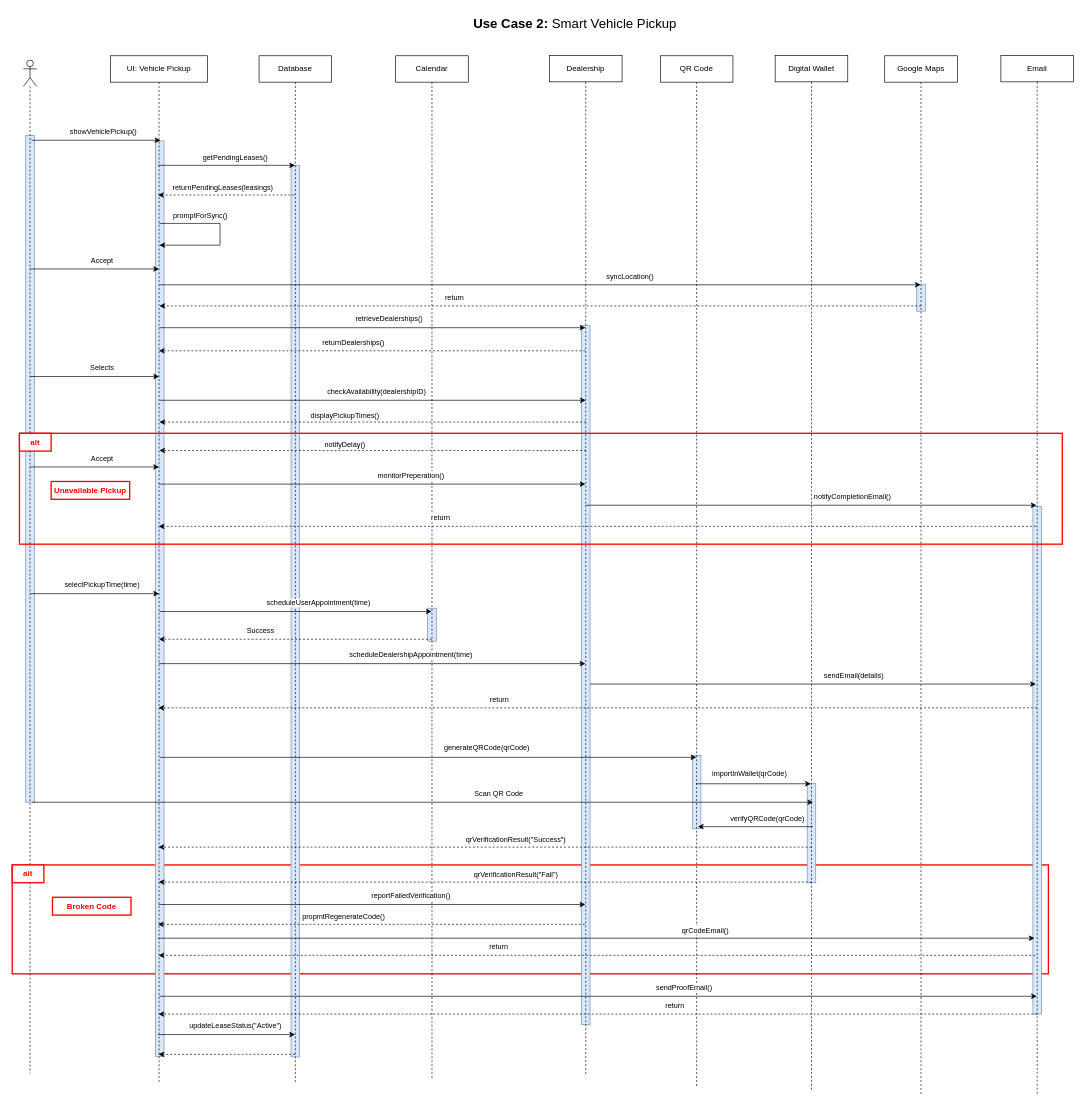
ChristineGi/LeaseIt keeps this draw.io diagram as page "Use Case 2 : Sequence" (2 of 10) of drawio/Sequences.drawio. Above is the earlier version. Source tidied: cells renumbered, new cells numbered last; positions are measured from the earlier drawing's top-left corner, leaving out a move shared by most shapes. Both pictures are drawn from the tidied source at 66%, with x=0, y=0 at pixel (12, 11).
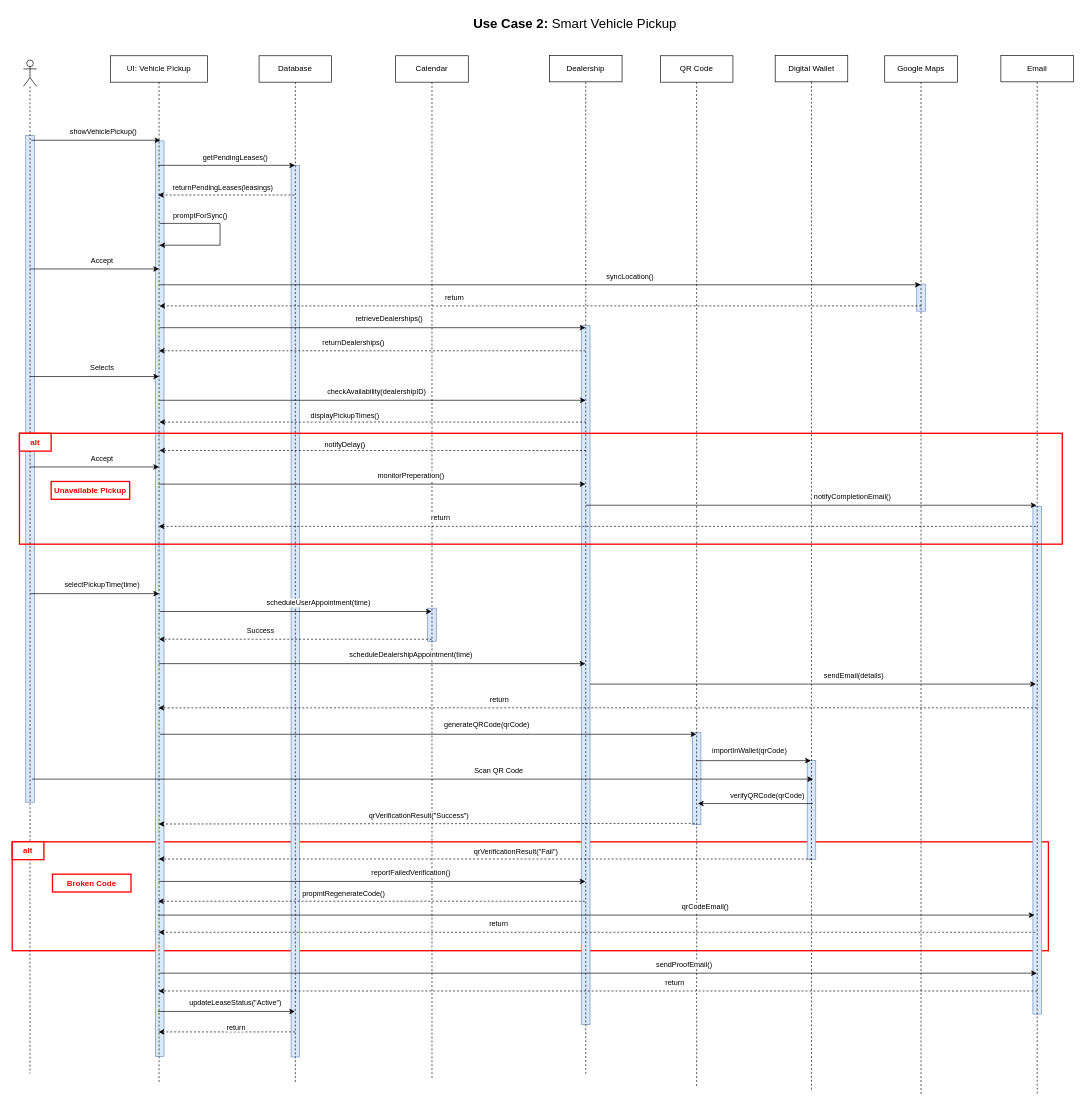
The same page after the edit.

What changed in the source:
```diff
@@
     <mxCell id="3" style="rounded=0;whiteSpace=wrap;html=1;fillColor=#dae8fc;strokeColor=#6c8ebf;" parent="1" vertex="1">
-      <mxGeometry x="1030.5" y="1127" width="13" height="111" as="geometry" />
+      <mxGeometry x="1030.5" y="1092" width="13" height="140" as="geometry" />
     </mxCell>
     <mxCell id="4" style="rounded=0;whiteSpace=wrap;html=1;fillColor=none;strokeColor=#FF0000;strokeWidth=2;" parent="1" vertex="1">
-      <mxGeometry y="1293" width="1570" height="165" as="geometry" />
+      <mxGeometry y="1258" width="1570" height="165" as="geometry" />
     </mxCell>
@@
     <mxCell id="6" style="rounded=0;whiteSpace=wrap;html=1;fillColor=#dae8fc;strokeColor=#6c8ebf;" parent="1" vertex="1">
-      <mxGeometry x="1204.5" y="1170" width="13" height="150" as="geometry" />
+      <mxGeometry x="1204.5" y="1135" width="13" height="150" as="geometry" />
     </mxCell>
@@
     <mxCell id="58" style="endArrow=classic;html=1;rounded=0;" parent="1" edge="1">
       <mxGeometry relative="1" as="geometry">
-        <mxPoint x="224" y="1130" as="sourcePoint" />
-        <mxPoint x="1036.5" y="1130" as="targetPoint" />
+        <mxPoint x="224" y="1095" as="sourcePoint" />
+        <mxPoint x="1036.5" y="1095" as="targetPoint" />
       </mxGeometry>
     </mxCell>
@@
     <mxCell id="60" style="endArrow=classic;html=1;rounded=0;" parent="1" edge="1">
       <mxGeometry relative="1" as="geometry">
-        <mxPoint x="1036" y="1170" as="sourcePoint" />
-        <mxPoint x="1210" y="1170" as="targetPoint" />
+        <mxPoint x="1036" y="1135" as="sourcePoint" />
+        <mxPoint x="1210" y="1135" as="targetPoint" />
       </mxGeometry>
     </mxCell>
@@
     <mxCell id="62" style="endArrow=classic;html=1;rounded=0;" parent="1" edge="1">
       <mxGeometry relative="1" as="geometry">
-        <mxPoint x="30" y="1198" as="sourcePoint" />
-        <mxPoint x="1213.5" y="1198" as="targetPoint" />
+        <mxPoint x="30" y="1163" as="sourcePoint" />
+        <mxPoint x="1213.5" y="1163" as="targetPoint" />
       </mxGeometry>
     </mxCell>
@@
     <mxCell id="64" style="endArrow=classic;html=1;rounded=0;" parent="1" edge="1">
       <mxGeometry relative="1" as="geometry">
-        <mxPoint x="1213" y="1235" as="sourcePoint" />
-        <mxPoint x="1039" y="1235" as="targetPoint" />
+        <mxPoint x="1213" y="1200" as="sourcePoint" />
+        <mxPoint x="1039" y="1200" as="targetPoint" />
       </mxGeometry>
     </mxCell>
@@
     <mxCell id="66" style="endArrow=classic;html=1;rounded=0;dashed=1;" parent="1" edge="1">
       <mxGeometry relative="1" as="geometry">
-        <mxPoint x="1211" y="1266" as="sourcePoint" />
-        <mxPoint x="221.7" y="1266" as="targetPoint" />
+        <mxPoint x="1034" y="1230" as="sourcePoint" />
+        <mxPoint x="221.7" y="1231" as="targetPoint" />
       </mxGeometry>
     </mxCell>
@@
     <mxCell id="68" style="endArrow=classic;html=1;rounded=0;" parent="1" edge="1">
       <mxGeometry relative="1" as="geometry">
-        <mxPoint x="223" y="1492" as="sourcePoint" />
-        <mxPoint x="1552.5" y="1492" as="targetPoint" />
+        <mxPoint x="223" y="1457" as="sourcePoint" />
+        <mxPoint x="1552.5" y="1457" as="targetPoint" />
       </mxGeometry>
     </mxCell>
@@
     <mxCell id="70" style="endArrow=classic;html=1;rounded=0;dashed=1;" parent="1" edge="1">
       <mxGeometry relative="1" as="geometry">
-        <mxPoint x="1553" y="1519" as="sourcePoint" />
-        <mxPoint x="221.7" y="1519" as="targetPoint" />
+        <mxPoint x="1553" y="1484" as="sourcePoint" />
+        <mxPoint x="221.7" y="1484" as="targetPoint" />
       </mxGeometry>
     </mxCell>
@@
     <mxCell id="72" style="endArrow=classic;html=1;rounded=0;" parent="1" edge="1">
       <mxGeometry relative="1" as="geometry">
-        <mxPoint x="221" y="1550" as="sourcePoint" />
-        <mxPoint x="428.5" y="1550" as="targetPoint" />
+        <mxPoint x="221" y="1515" as="sourcePoint" />
+        <mxPoint x="428.5" y="1515" as="targetPoint" />
       </mxGeometry>
     </mxCell>
@@
     <mxCell id="74" style="endArrow=classic;html=1;rounded=0;dashed=1;" parent="1" edge="1">
       <mxGeometry relative="1" as="geometry">
-        <mxPoint x="428.5" y="1580" as="sourcePoint" />
-        <mxPoint x="221.7" y="1580" as="targetPoint" />
+        <mxPoint x="428.5" y="1546" as="sourcePoint" />
+        <mxPoint x="221.7" y="1546" as="targetPoint" />
       </mxGeometry>
     </mxCell>
+    <mxCell id="100" value="return" style="edgeLabel;html=1;align=center;verticalAlign=middle;" parent="74" vertex="1">
+      <mxGeometry x="-0.13" y="-1" relative="1" as="geometry">
+        <mxPoint y="-7" as="offset" />
+      </mxGeometry>
+    </mxCell>
@@
     <mxCell id="85" style="endArrow=classic;html=1;rounded=0;dashed=1;" parent="1" edge="1">
       <mxGeometry relative="1" as="geometry">
-        <mxPoint x="1211.3" y="1319" as="sourcePoint" />
-        <mxPoint x="222" y="1319" as="targetPoint" />
+        <mxPoint x="1211.3" y="1284" as="sourcePoint" />
+        <mxPoint x="222" y="1284" as="targetPoint" />
       </mxGeometry>
     </mxCell>
@@
     <mxCell id="87" style="endArrow=classic;html=1;rounded=0;" parent="1" edge="1">
       <mxGeometry relative="1" as="geometry">
-        <mxPoint x="222" y="1353" as="sourcePoint" />
-        <mxPoint x="868.5" y="1353" as="targetPoint" />
+        <mxPoint x="222" y="1318" as="sourcePoint" />
+        <mxPoint x="868.5" y="1318" as="targetPoint" />
       </mxGeometry>
     </mxCell>
@@
     <mxCell id="89" style="endArrow=classic;html=1;rounded=0;dashed=1;" parent="1" edge="1">
       <mxGeometry relative="1" as="geometry">
-        <mxPoint x="867.4" y="1383" as="sourcePoint" />
-        <mxPoint x="221" y="1383" as="targetPoint" />
+        <mxPoint x="867.4" y="1348" as="sourcePoint" />
+        <mxPoint x="221" y="1348" as="targetPoint" />
       </mxGeometry>
     </mxCell>
@@
     <mxCell id="91" style="endArrow=classic;html=1;rounded=0;" parent="1" edge="1">
       <mxGeometry relative="1" as="geometry">
-        <mxPoint x="221" y="1404" as="sourcePoint" />
-        <mxPoint x="1549" y="1404" as="targetPoint" />
+        <mxPoint x="221" y="1369" as="sourcePoint" />
+        <mxPoint x="1549" y="1369" as="targetPoint" />
       </mxGeometry>
     </mxCell>
@@
     <mxCell id="93" style="endArrow=classic;html=1;rounded=0;dashed=1;" parent="1" edge="1">
       <mxGeometry relative="1" as="geometry">
-        <mxPoint x="1550" y="1430" as="sourcePoint" />
-        <mxPoint x="221.9" y="1430" as="targetPoint" />
+        <mxPoint x="1550" y="1395" as="sourcePoint" />
+        <mxPoint x="221.9" y="1395" as="targetPoint" />
         <Array as="points">
-          <mxPoint x="1032.3" y="1430" />
+          <mxPoint x="1032.3" y="1395" />
         </Array>
       </mxGeometry>
     </mxCell>
@@
     <mxCell id="96" value="&lt;font color=&quot;#ff0000&quot;&gt;&lt;b&gt;alt&lt;/b&gt;&lt;/font&gt;" style="rounded=0;whiteSpace=wrap;html=1;fillColor=default;strokeColor=#FF0000;strokeWidth=2;" parent="1" vertex="1">
-      <mxGeometry y="1293" width="48" height="27" as="geometry" />
+      <mxGeometry y="1258" width="48" height="27" as="geometry" />
     </mxCell>
@@
     <mxCell id="99" value="&lt;font color=&quot;#ff0000&quot;&gt;&lt;b&gt;Broken Code&lt;/b&gt;&lt;/font&gt;" style="rounded=0;whiteSpace=wrap;html=1;fillColor=default;strokeColor=#FF0000;strokeWidth=2;" parent="1" vertex="1">
-      <mxGeometry x="61" y="1342" width="119" height="27" as="geometry" />
+      <mxGeometry x="61" y="1307" width="119" height="27" as="geometry" />
     </mxCell>
```
